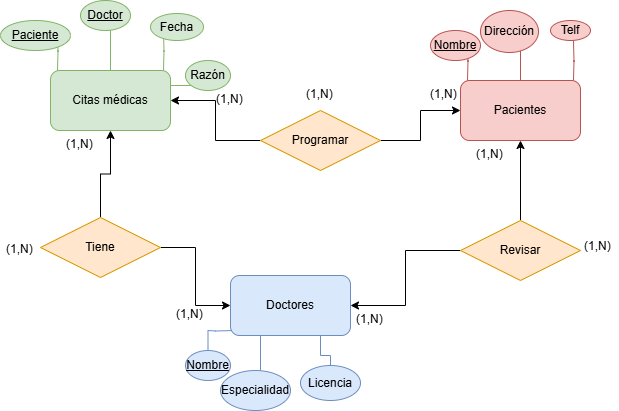
Earlier version of the draw.io export diseño/sheet01/ex04/Ejer04.drawio.png (Dorianaadc/Bootcamp). Source tidied: cells renumbered, new cells last; positions are measured from the earlier drawing's top-left corner, leaving out a move shared by most shapes. The source it was exported from:
```xml
<mxGraphModel>
  <root>
    <mxCell id="0" />
    <mxCell id="1" parent="0" />
    <mxCell id="2" style="edgeStyle=orthogonalEdgeStyle;rounded=0;orthogonalLoop=1;jettySize=auto;html=1;exitX=0;exitY=0;exitDx=0;exitDy=0;endArrow=none;startFill=0;fillColor=#d5e8d4;strokeColor=#82b366;" parent="1" edge="1">
      <mxGeometry relative="1" as="geometry">
        <mxPoint x="57" y="70" as="sourcePoint" />
        <mxPoint x="57" y="30" as="targetPoint" />
      </mxGeometry>
    </mxCell>
    <mxCell id="3" style="edgeStyle=orthogonalEdgeStyle;rounded=0;jettySize=auto;html=1;exitX=0.5;exitY=0;exitDx=0;exitDy=0;endArrow=none;startFill=0;fillColor=#d5e8d4;strokeColor=#82b366;" parent="1" edge="1" source="6">
      <mxGeometry relative="1" as="geometry">
        <mxPoint x="110" y="20" as="targetPoint" />
      </mxGeometry>
    </mxCell>
    <mxCell id="4" style="edgeStyle=orthogonalEdgeStyle;rounded=0;orthogonalLoop=1;jettySize=auto;html=1;exitX=1;exitY=0;exitDx=0;exitDy=0;endArrow=none;startFill=0;fillColor=#d5e8d4;strokeColor=#82b366;" parent="1" edge="1">
      <mxGeometry relative="1" as="geometry">
        <mxPoint x="163" y="70" as="sourcePoint" />
        <mxPoint x="163" y="30" as="targetPoint" />
      </mxGeometry>
    </mxCell>
    <mxCell id="5" style="edgeStyle=orthogonalEdgeStyle;rounded=0;jettySize=auto;html=1;exitX=1;exitY=0.25;exitDx=0;exitDy=0;endArrow=none;startFill=0;fillColor=#d5e8d4;strokeColor=#82b366;" parent="1" edge="1" source="6">
      <mxGeometry relative="1" as="geometry">
        <mxPoint x="200" y="85" as="targetPoint" />
      </mxGeometry>
    </mxCell>
    <mxCell id="6" value="Citas médicas" style="rounded=1;whiteSpace=wrap;html=1;fillColor=#d5e8d4;strokeColor=#82b366;" parent="1" vertex="1">
      <mxGeometry x="50" y="70" width="120" height="60" as="geometry" />
    </mxCell>
    <mxCell id="7" style="edgeStyle=orthogonalEdgeStyle;rounded=0;jettySize=auto;html=1;exitX=0;exitY=1;exitDx=0;exitDy=0;endArrow=none;startFill=0;fillColor=#dae8fc;strokeColor=#6c8ebf;" parent="1" edge="1" target="21">
      <mxGeometry relative="1" as="geometry">
        <mxPoint x="235" y="330" as="sourcePoint" />
      </mxGeometry>
    </mxCell>
    <mxCell id="8" style="edgeStyle=orthogonalEdgeStyle;rounded=0;jettySize=auto;html=1;exitX=0.25;exitY=1;exitDx=0;exitDy=0;endArrow=none;startFill=0;fillColor=#dae8fc;strokeColor=#6c8ebf;" parent="1" edge="1" source="10">
      <mxGeometry relative="1" as="geometry">
        <mxPoint x="260" y="370" as="targetPoint" />
      </mxGeometry>
    </mxCell>
    <mxCell id="9" style="edgeStyle=orthogonalEdgeStyle;rounded=0;jettySize=auto;html=1;exitX=0.75;exitY=1;exitDx=0;exitDy=0;endArrow=none;startFill=0;fillColor=#dae8fc;strokeColor=#6c8ebf;" parent="1" edge="1" source="10" target="23">
      <mxGeometry relative="1" as="geometry" />
    </mxCell>
    <mxCell id="10" value="Doctores" style="rounded=1;whiteSpace=wrap;html=1;fillColor=#dae8fc;strokeColor=#6c8ebf;" parent="1" vertex="1">
      <mxGeometry x="230" y="275" width="120" height="60" as="geometry" />
    </mxCell>
    <mxCell id="11" value="&lt;u&gt;Doctor&lt;/u&gt;" style="ellipse;whiteSpace=wrap;html=1;align=center;fillColor=#d5e8d4;strokeColor=#82b366;" parent="1" vertex="1">
      <mxGeometry x="80" width="50" height="30" as="geometry" />
    </mxCell>
    <mxCell id="12" value="Paciente" style="ellipse;whiteSpace=wrap;html=1;align=center;fontStyle=4;fillColor=#d5e8d4;strokeColor=#82b366;" parent="1" vertex="1">
      <mxGeometry y="20" width="70" height="30" as="geometry" />
    </mxCell>
    <mxCell id="13" value="Fecha" style="ellipse;whiteSpace=wrap;html=1;align=center;fillColor=#d5e8d4;strokeColor=#82b366;" parent="1" vertex="1">
      <mxGeometry x="150" y="13" width="53" height="27" as="geometry" />
    </mxCell>
    <mxCell id="14" style="edgeStyle=orthogonalEdgeStyle;rounded=0;orthogonalLoop=1;jettySize=auto;html=1;exitX=0;exitY=0;exitDx=0;exitDy=0;endArrow=none;startFill=0;fillColor=#f8cecc;strokeColor=#b85450;" parent="1" edge="1">
      <mxGeometry relative="1" as="geometry">
        <mxPoint x="467" y="80" as="sourcePoint" />
        <mxPoint x="467" y="40" as="targetPoint" />
      </mxGeometry>
    </mxCell>
    <mxCell id="15" style="edgeStyle=orthogonalEdgeStyle;rounded=0;jettySize=auto;html=1;exitX=0.5;exitY=0;exitDx=0;exitDy=0;endArrow=none;startFill=0;fillColor=#f8cecc;strokeColor=#b85450;" parent="1" edge="1" source="17">
      <mxGeometry relative="1" as="geometry">
        <mxPoint x="520" y="30" as="targetPoint" />
      </mxGeometry>
    </mxCell>
    <mxCell id="16" style="edgeStyle=orthogonalEdgeStyle;rounded=0;orthogonalLoop=1;jettySize=auto;html=1;exitX=1;exitY=0;exitDx=0;exitDy=0;endArrow=none;startFill=0;fillColor=#f8cecc;strokeColor=#b85450;" parent="1" edge="1">
      <mxGeometry relative="1" as="geometry">
        <mxPoint x="573" y="80" as="sourcePoint" />
        <mxPoint x="573" y="40" as="targetPoint" />
      </mxGeometry>
    </mxCell>
    <mxCell id="17" value="Pacientes" style="rounded=1;whiteSpace=wrap;html=1;fillColor=#f8cecc;strokeColor=#b85450;" parent="1" vertex="1">
      <mxGeometry x="460" y="80" width="120" height="60" as="geometry" />
    </mxCell>
    <mxCell id="18" value="Dirección" style="ellipse;whiteSpace=wrap;html=1;align=center;fillColor=#f8cecc;strokeColor=#b85450;" parent="1" vertex="1">
      <mxGeometry x="480" y="10" width="58" height="42" as="geometry" />
    </mxCell>
    <mxCell id="19" value="Nombre" style="ellipse;whiteSpace=wrap;html=1;align=center;fontStyle=4;fillColor=#f8cecc;strokeColor=#b85450;" parent="1" vertex="1">
      <mxGeometry x="430" y="30" width="50" height="30" as="geometry" />
    </mxCell>
    <mxCell id="20" value="Telf" style="ellipse;whiteSpace=wrap;html=1;align=center;fillColor=#f8cecc;strokeColor=#b85450;" parent="1" vertex="1">
      <mxGeometry x="550" y="20" width="40" height="20" as="geometry" />
    </mxCell>
    <mxCell id="21" value="Nombre" style="ellipse;whiteSpace=wrap;html=1;align=center;fontStyle=4;fillColor=#dae8fc;strokeColor=#6c8ebf;" parent="1" vertex="1">
      <mxGeometry x="185" y="350" width="45" height="30" as="geometry" />
    </mxCell>
    <mxCell id="22" value="Especialidad" style="ellipse;whiteSpace=wrap;html=1;align=center;fillColor=#dae8fc;strokeColor=#6c8ebf;" parent="1" vertex="1">
      <mxGeometry x="220" y="370" width="70" height="40" as="geometry" />
    </mxCell>
    <mxCell id="23" value="Licencia" style="ellipse;whiteSpace=wrap;html=1;align=center;fillColor=#dae8fc;strokeColor=#6c8ebf;" parent="1" vertex="1">
      <mxGeometry x="300" y="365" width="60" height="35" as="geometry" />
    </mxCell>
    <mxCell id="24" style="edgeStyle=orthogonalEdgeStyle;rounded=0;jettySize=auto;html=1;" parent="1" edge="1" source="26" target="10">
      <mxGeometry relative="1" as="geometry" />
    </mxCell>
    <mxCell id="25" style="edgeStyle=orthogonalEdgeStyle;rounded=0;jettySize=auto;html=1;" parent="1" edge="1" source="26" target="17">
      <mxGeometry relative="1" as="geometry" />
    </mxCell>
    <mxCell id="26" value="Revisar" style="shape=rhombus;perimeter=rhombusPerimeter;whiteSpace=wrap;html=1;align=center;fillColor=#ffe6cc;strokeColor=#d79b00;" parent="1" vertex="1">
      <mxGeometry x="460" y="220" width="120" height="60" as="geometry" />
    </mxCell>
    <mxCell id="27" style="edgeStyle=orthogonalEdgeStyle;rounded=0;jettySize=auto;html=1;" parent="1" edge="1" source="29" target="6">
      <mxGeometry relative="1" as="geometry" />
    </mxCell>
    <mxCell id="28" style="edgeStyle=orthogonalEdgeStyle;rounded=0;jettySize=auto;html=1;" parent="1" edge="1" source="29" target="17">
      <mxGeometry relative="1" as="geometry" />
    </mxCell>
    <mxCell id="29" value="Programar" style="shape=rhombus;perimeter=rhombusPerimeter;whiteSpace=wrap;html=1;align=center;fillColor=#ffe6cc;strokeColor=#d79b00;" parent="1" vertex="1">
      <mxGeometry x="260" y="110" width="120" height="60" as="geometry" />
    </mxCell>
    <mxCell id="30" value="(1,N)" style="text;strokeColor=none;fillColor=none;spacingLeft=4;spacingRight=4;overflow=hidden;fontSize=12;whiteSpace=wrap;html=1;" parent="1" vertex="1">
      <mxGeometry x="470" y="140" width="40" height="30" as="geometry" />
    </mxCell>
    <mxCell id="31" value="(1,N)" style="text;strokeColor=none;fillColor=none;spacingLeft=4;spacingRight=4;overflow=hidden;fontSize=12;whiteSpace=wrap;html=1;" parent="1" vertex="1">
      <mxGeometry x="578" y="232" width="40" height="30" as="geometry" />
    </mxCell>
    <mxCell id="32" value="(1,N)" style="text;strokeColor=none;fillColor=none;spacingLeft=4;spacingRight=4;overflow=hidden;fontSize=12;whiteSpace=wrap;html=1;" parent="1" vertex="1">
      <mxGeometry x="300" y="80" width="40" height="30" as="geometry" />
    </mxCell>
    <mxCell id="33" value="(1,N)" style="text;strokeColor=none;fillColor=none;spacingLeft=4;spacingRight=4;overflow=hidden;fontSize=12;whiteSpace=wrap;html=1;" parent="1" vertex="1">
      <mxGeometry x="424" y="80" width="40" height="30" as="geometry" />
    </mxCell>
    <mxCell id="34" value="(1,N)" style="text;strokeColor=none;fillColor=none;spacingLeft=4;spacingRight=4;overflow=hidden;fontSize=12;whiteSpace=wrap;html=1;" parent="1" vertex="1">
      <mxGeometry x="210" y="85" width="40" height="30" as="geometry" />
    </mxCell>
    <mxCell id="35" value="(1,N)" style="text;strokeColor=none;fillColor=none;spacingLeft=4;spacingRight=4;overflow=hidden;fontSize=12;whiteSpace=wrap;html=1;" parent="1" vertex="1">
      <mxGeometry x="350" y="305" width="40" height="30" as="geometry" />
    </mxCell>
    <mxCell id="36" value="Razón" style="ellipse;whiteSpace=wrap;html=1;align=center;fillColor=#d5e8d4;strokeColor=#82b366;" parent="1" vertex="1">
      <mxGeometry x="185" y="60" width="45" height="30" as="geometry" />
    </mxCell>
    <mxCell id="37" style="edgeStyle=orthogonalEdgeStyle;rounded=0;jettySize=auto;html=1;" parent="1" edge="1" source="39" target="6">
      <mxGeometry relative="1" as="geometry" />
    </mxCell>
    <mxCell id="38" style="edgeStyle=orthogonalEdgeStyle;rounded=0;jettySize=auto;html=1;entryX=0;entryY=0.5;entryDx=0;entryDy=0;" parent="1" edge="1" source="39" target="10">
      <mxGeometry relative="1" as="geometry" />
    </mxCell>
    <mxCell id="39" value="Tiene" style="shape=rhombus;perimeter=rhombusPerimeter;whiteSpace=wrap;html=1;align=center;fillColor=#ffe6cc;strokeColor=#d79b00;" parent="1" vertex="1">
      <mxGeometry x="40" y="217" width="120" height="60" as="geometry" />
    </mxCell>
    <mxCell id="40" value="(1,N)" style="text;strokeColor=none;fillColor=none;spacingLeft=4;spacingRight=4;overflow=hidden;fontSize=12;whiteSpace=wrap;html=1;" parent="1" vertex="1">
      <mxGeometry x="60" y="130" width="40" height="30" as="geometry" />
    </mxCell>
    <mxCell id="41" value="(1,N)" style="text;strokeColor=none;fillColor=none;spacingLeft=4;spacingRight=4;overflow=hidden;fontSize=12;whiteSpace=wrap;html=1;" parent="1" vertex="1">
      <mxGeometry y="235" width="40" height="30" as="geometry" />
    </mxCell>
    <mxCell id="42" value="(1,N)" style="text;strokeColor=none;fillColor=none;spacingLeft=4;spacingRight=4;overflow=hidden;fontSize=12;whiteSpace=wrap;html=1;" parent="1" vertex="1">
      <mxGeometry x="170" y="300" width="40" height="30" as="geometry" />
    </mxCell>
  </root>
</mxGraphModel>
```
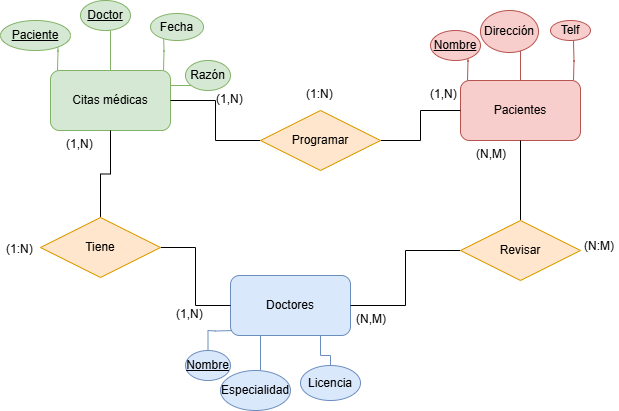
After the change.

Diff of the diagram source:
```diff
@@ -90,31 +90,31 @@
     <mxCell id="23" value="Licencia" style="ellipse;whiteSpace=wrap;html=1;align=center;fillColor=#dae8fc;strokeColor=#6c8ebf;" parent="1" vertex="1">
       <mxGeometry x="300" y="365" width="60" height="35" as="geometry" />
     </mxCell>
-    <mxCell id="24" style="edgeStyle=orthogonalEdgeStyle;rounded=0;jettySize=auto;html=1;" parent="1" edge="1" source="26" target="10">
+    <mxCell id="24" style="edgeStyle=orthogonalEdgeStyle;rounded=0;jettySize=auto;html=1;endArrow=none;startFill=0;" parent="1" edge="1" source="26" target="10">
       <mxGeometry relative="1" as="geometry" />
     </mxCell>
-    <mxCell id="25" style="edgeStyle=orthogonalEdgeStyle;rounded=0;jettySize=auto;html=1;" parent="1" edge="1" source="26" target="17">
+    <mxCell id="25" style="edgeStyle=orthogonalEdgeStyle;rounded=0;jettySize=auto;html=1;endArrow=none;startFill=0;" parent="1" edge="1" source="26" target="17">
       <mxGeometry relative="1" as="geometry" />
     </mxCell>
     <mxCell id="26" value="Revisar" style="shape=rhombus;perimeter=rhombusPerimeter;whiteSpace=wrap;html=1;align=center;fillColor=#ffe6cc;strokeColor=#d79b00;" parent="1" vertex="1">
       <mxGeometry x="460" y="220" width="120" height="60" as="geometry" />
     </mxCell>
-    <mxCell id="27" style="edgeStyle=orthogonalEdgeStyle;rounded=0;jettySize=auto;html=1;" parent="1" edge="1" source="29" target="6">
+    <mxCell id="27" style="edgeStyle=orthogonalEdgeStyle;rounded=0;jettySize=auto;html=1;endArrow=none;startFill=0;" parent="1" edge="1" source="29" target="6">
       <mxGeometry relative="1" as="geometry" />
     </mxCell>
-    <mxCell id="28" style="edgeStyle=orthogonalEdgeStyle;rounded=0;jettySize=auto;html=1;" parent="1" edge="1" source="29" target="17">
+    <mxCell id="28" style="edgeStyle=orthogonalEdgeStyle;rounded=0;jettySize=auto;html=1;endArrow=none;startFill=0;" parent="1" edge="1" source="29" target="17">
       <mxGeometry relative="1" as="geometry" />
     </mxCell>
     <mxCell id="29" value="Programar" style="shape=rhombus;perimeter=rhombusPerimeter;whiteSpace=wrap;html=1;align=center;fillColor=#ffe6cc;strokeColor=#d79b00;" parent="1" vertex="1">
       <mxGeometry x="260" y="110" width="120" height="60" as="geometry" />
     </mxCell>
-    <mxCell id="30" value="(1,N)" style="text;strokeColor=none;fillColor=none;spacingLeft=4;spacingRight=4;overflow=hidden;fontSize=12;whiteSpace=wrap;html=1;" parent="1" vertex="1">
+    <mxCell id="30" value="(N,M)" style="text;strokeColor=none;fillColor=none;spacingLeft=4;spacingRight=4;overflow=hidden;fontSize=12;whiteSpace=wrap;html=1;" parent="1" vertex="1">
       <mxGeometry x="470" y="140" width="40" height="30" as="geometry" />
     </mxCell>
-    <mxCell id="31" value="(1,N)" style="text;strokeColor=none;fillColor=none;spacingLeft=4;spacingRight=4;overflow=hidden;fontSize=12;whiteSpace=wrap;html=1;" parent="1" vertex="1">
+    <mxCell id="31" value="(N:M)" style="text;strokeColor=none;fillColor=none;spacingLeft=4;spacingRight=4;overflow=hidden;fontSize=12;whiteSpace=wrap;html=1;" parent="1" vertex="1">
       <mxGeometry x="578" y="232" width="40" height="30" as="geometry" />
     </mxCell>
-    <mxCell id="32" value="(1,N)" style="text;strokeColor=none;fillColor=none;spacingLeft=4;spacingRight=4;overflow=hidden;fontSize=12;whiteSpace=wrap;html=1;" parent="1" vertex="1">
+    <mxCell id="32" value="(1:N)" style="text;strokeColor=none;fillColor=none;spacingLeft=4;spacingRight=4;overflow=hidden;fontSize=12;whiteSpace=wrap;html=1;" parent="1" vertex="1">
       <mxGeometry x="300" y="80" width="40" height="30" as="geometry" />
     </mxCell>
     <mxCell id="33" value="(1,N)" style="text;strokeColor=none;fillColor=none;spacingLeft=4;spacingRight=4;overflow=hidden;fontSize=12;whiteSpace=wrap;html=1;" parent="1" vertex="1">
@@ -123,16 +123,16 @@
     <mxCell id="34" value="(1,N)" style="text;strokeColor=none;fillColor=none;spacingLeft=4;spacingRight=4;overflow=hidden;fontSize=12;whiteSpace=wrap;html=1;" parent="1" vertex="1">
       <mxGeometry x="210" y="85" width="40" height="30" as="geometry" />
     </mxCell>
-    <mxCell id="35" value="(1,N)" style="text;strokeColor=none;fillColor=none;spacingLeft=4;spacingRight=4;overflow=hidden;fontSize=12;whiteSpace=wrap;html=1;" parent="1" vertex="1">
+    <mxCell id="35" value="(N,M)" style="text;strokeColor=none;fillColor=none;spacingLeft=4;spacingRight=4;overflow=hidden;fontSize=12;whiteSpace=wrap;html=1;" parent="1" vertex="1">
       <mxGeometry x="350" y="305" width="40" height="30" as="geometry" />
     </mxCell>
     <mxCell id="36" value="Razón" style="ellipse;whiteSpace=wrap;html=1;align=center;fillColor=#d5e8d4;strokeColor=#82b366;" parent="1" vertex="1">
       <mxGeometry x="185" y="60" width="45" height="30" as="geometry" />
     </mxCell>
-    <mxCell id="37" style="edgeStyle=orthogonalEdgeStyle;rounded=0;jettySize=auto;html=1;" parent="1" edge="1" source="39" target="6">
+    <mxCell id="37" style="edgeStyle=orthogonalEdgeStyle;rounded=0;jettySize=auto;html=1;endArrow=none;startFill=0;" parent="1" edge="1" source="39" target="6">
       <mxGeometry relative="1" as="geometry" />
     </mxCell>
-    <mxCell id="38" style="edgeStyle=orthogonalEdgeStyle;rounded=0;jettySize=auto;html=1;entryX=0;entryY=0.5;entryDx=0;entryDy=0;" parent="1" edge="1" source="39" target="10">
+    <mxCell id="38" style="edgeStyle=orthogonalEdgeStyle;rounded=0;jettySize=auto;html=1;entryX=0;entryY=0.5;entryDx=0;entryDy=0;endArrow=none;startFill=0;" parent="1" edge="1" source="39" target="10">
       <mxGeometry relative="1" as="geometry" />
     </mxCell>
     <mxCell id="39" value="Tiene" style="shape=rhombus;perimeter=rhombusPerimeter;whiteSpace=wrap;html=1;align=center;fillColor=#ffe6cc;strokeColor=#d79b00;" parent="1" vertex="1">
@@ -141,7 +141,7 @@
     <mxCell id="40" value="(1,N)" style="text;strokeColor=none;fillColor=none;spacingLeft=4;spacingRight=4;overflow=hidden;fontSize=12;whiteSpace=wrap;html=1;" parent="1" vertex="1">
       <mxGeometry x="60" y="130" width="40" height="30" as="geometry" />
     </mxCell>
-    <mxCell id="41" value="(1,N)" style="text;strokeColor=none;fillColor=none;spacingLeft=4;spacingRight=4;overflow=hidden;fontSize=12;whiteSpace=wrap;html=1;" parent="1" vertex="1">
+    <mxCell id="41" value="(1:N)" style="text;strokeColor=none;fillColor=none;spacingLeft=4;spacingRight=4;overflow=hidden;fontSize=12;whiteSpace=wrap;html=1;" parent="1" vertex="1">
       <mxGeometry y="235" width="40" height="30" as="geometry" />
     </mxCell>
     <mxCell id="42" value="(1,N)" style="text;strokeColor=none;fillColor=none;spacingLeft=4;spacingRight=4;overflow=hidden;fontSize=12;whiteSpace=wrap;html=1;" parent="1" vertex="1">
```
